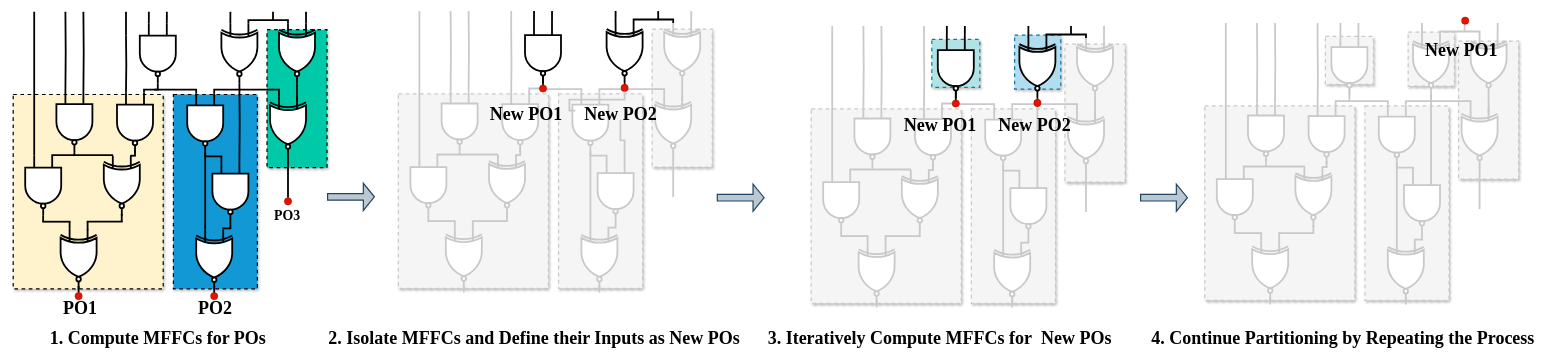
This is mffc_process.drawio from kxzhu0505/LogicSynOpt, a draw.io file, before an edit. Source tidied: cells renumbered, new cells numbered last; positions are measured from the earlier drawing's top-left corner, leaving out a move shared by most shapes. Both pictures are drawn from the tidied source at 60%, with x=0, y=0 at pixel (13, 11).
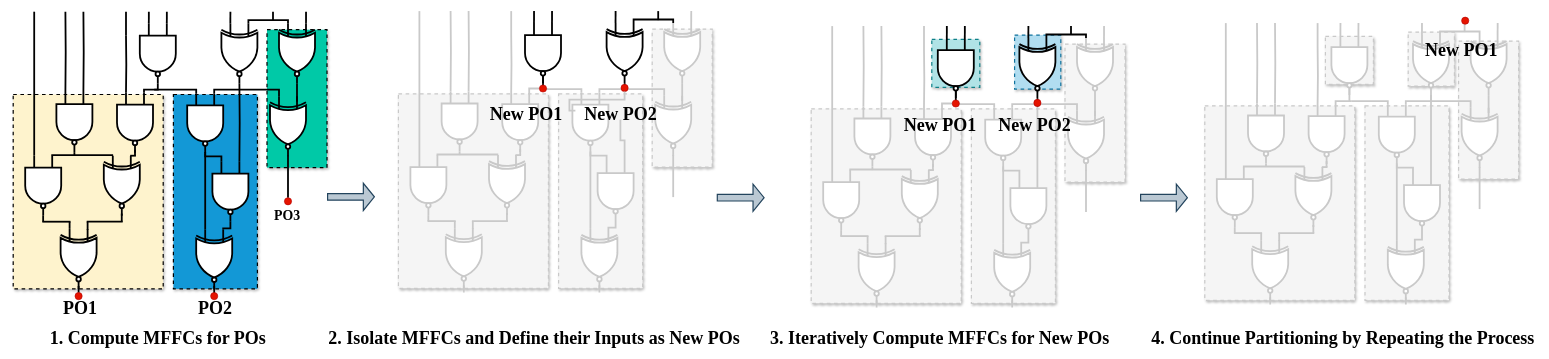
After the change.

What changed in the source:
```diff
@@
-    <mxCell id="218" value="&lt;font style=&quot;font-size: 30px;&quot; face=&quot;Times New Roman&quot;&gt;&lt;b style=&quot;&quot;&gt;3.&amp;nbsp;&lt;/b&gt;&lt;/font&gt;&lt;font face=&quot;Times New Roman&quot;&gt;&lt;span style=&quot;font-size: 30px;&quot;&gt;&lt;b&gt;Iteratively Compute MFFCs for&amp;nbsp; New POs&lt;/b&gt;&lt;/span&gt;&lt;/font&gt;" style="text;html=1;align=center;verticalAlign=middle;whiteSpace=wrap;rounded=0;" parent="1" vertex="1">
+    <mxCell id="218" value="&lt;font style=&quot;font-size: 30px;&quot; face=&quot;Times New Roman&quot;&gt;&lt;b style=&quot;&quot;&gt;3.&amp;nbsp;&lt;/b&gt;&lt;/font&gt;&lt;font face=&quot;Times New Roman&quot;&gt;&lt;span style=&quot;font-size: 30px;&quot;&gt;&lt;b&gt;Iteratively Compute MFFCs for New POs&lt;/b&gt;&lt;/span&gt;&lt;/font&gt;" style="text;html=1;align=center;verticalAlign=middle;whiteSpace=wrap;rounded=0;" parent="1" vertex="1">
       <mxGeometry x="1256.2" y="529" width="575.5" height="30" as="geometry" />
     </mxCell>
```
